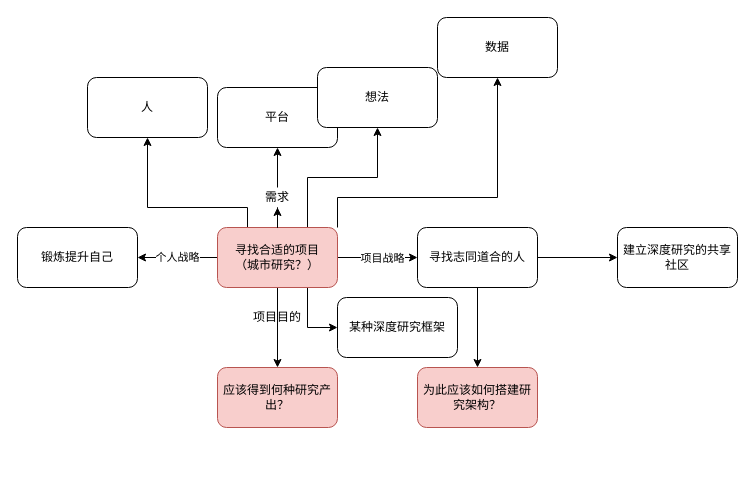
Above: Discussions/mindmap_001.drawio in Code-Omega/curly-guacamole (draw.io), before the change. Source tidied: cells renumbered, new cells numbered last; positions are measured from the earlier drawing's top-left corner, leaving out a move shared by most shapes. Both pictures are drawn from the tidied source at 100%, with x=0, y=0 at pixel (17, 17).
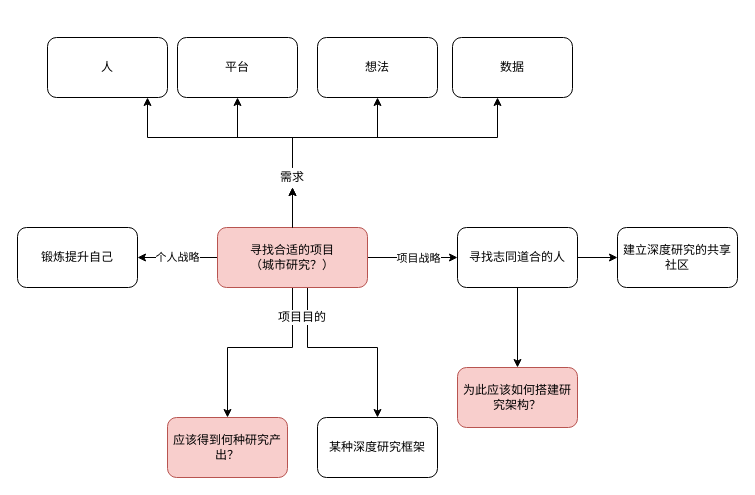
The same page after the edit.

Diff of the diagram source:
```diff
@@
     <mxCell id="4" style="edgeStyle=orthogonalEdgeStyle;rounded=0;jettySize=auto;html=1;" parent="1" edge="1" source="11" target="18">
       <mxGeometry relative="1" as="geometry">
         <Array as="points">
-          <mxPoint x="290" y="310" />
+          <mxPoint x="290" y="330" />
+          <mxPoint x="360" y="330" />
         </Array>
       </mxGeometry>
     </mxCell>
-    <mxCell id="5" style="edgeStyle=orthogonalEdgeStyle;rounded=0;jettySize=auto;html=1;" parent="1" edge="1" source="11" target="17">
+    <mxCell id="5" style="edgeStyle=orthogonalEdgeStyle;rounded=0;jettySize=auto;html=1;exitX=0.5;exitY=0;exitDx=0;exitDy=0;" parent="1" edge="1" source="24" target="17">
       <mxGeometry relative="1" as="geometry">
         <Array as="points">
-          <mxPoint x="230" y="190" />
-          <mxPoint x="130" y="190" />
+          <mxPoint x="275" y="120" />
+          <mxPoint x="130" y="120" />
         </Array>
       </mxGeometry>
     </mxCell>
-    <mxCell id="6" style="edgeStyle=orthogonalEdgeStyle;rounded=0;jettySize=auto;html=1;exitX=0.75;exitY=0;exitDx=0;exitDy=0;" parent="1" edge="1" source="11" target="16">
-      <mxGeometry relative="1" as="geometry" />
+    <mxCell id="6" style="edgeStyle=orthogonalEdgeStyle;rounded=0;jettySize=auto;html=1;exitX=0.5;exitY=0;exitDx=0;exitDy=0;" parent="1" edge="1" source="24" target="16">
+      <mxGeometry relative="1" as="geometry">
+        <Array as="points">
+          <mxPoint x="275" y="120" />
+          <mxPoint x="360" y="120" />
+        </Array>
+      </mxGeometry>
     </mxCell>
-    <mxCell id="7" style="edgeStyle=orthogonalEdgeStyle;rounded=0;jettySize=auto;html=1;exitX=1;exitY=0;exitDx=0;exitDy=0;" parent="1" edge="1" source="11" target="15">
+    <mxCell id="7" style="edgeStyle=orthogonalEdgeStyle;rounded=0;jettySize=auto;html=1;exitX=0.5;exitY=0;exitDx=0;exitDy=0;" parent="1" edge="1" source="24" target="15">
       <mxGeometry relative="1" as="geometry">
         <Array as="points">
-          <mxPoint x="320" y="180" />
-          <mxPoint x="480" y="180" />
+          <mxPoint x="275" y="120" />
+          <mxPoint x="480" y="120" />
         </Array>
       </mxGeometry>
     </mxCell>
     <mxCell id="8" style="edgeStyle=orthogonalEdgeStyle;rounded=0;jettySize=auto;html=1;" parent="1" edge="1" source="24" target="14">
-      <mxGeometry relative="1" as="geometry" />
+      <mxGeometry relative="1" as="geometry">
+        <Array as="points">
+          <mxPoint x="275" y="120" />
+          <mxPoint x="220" y="120" />
+        </Array>
+      </mxGeometry>
     </mxCell>
     <mxCell id="9" style="edgeStyle=orthogonalEdgeStyle;rounded=0;jettySize=auto;html=1;" parent="1" edge="1" source="11" target="13">
-      <mxGeometry relative="1" as="geometry" />
+      <mxGeometry relative="1" as="geometry">
+        <Array as="points">
+          <mxPoint x="275" y="330" />
+          <mxPoint x="210" y="330" />
+        </Array>
+      </mxGeometry>
     </mxCell>
@@
     <mxCell id="11" value="寻找合适的项目&lt;br&gt;（城市研究？）" style="rounded=1;whiteSpace=wrap;html=1;fillColor=#f8cecc;strokeColor=#b85450;" parent="1" vertex="1">
-      <mxGeometry x="200" y="210" width="120" height="60" as="geometry" />
+      <mxGeometry x="200" y="210" width="150" height="60" as="geometry" />
     </mxCell>
@@
     <mxCell id="13" value="应该得到何种研究产出？" style="rounded=1;whiteSpace=wrap;html=1;fillColor=#f8cecc;strokeColor=#b85450;" parent="1" vertex="1">
-      <mxGeometry x="200" y="350" width="120" height="60" as="geometry" />
+      <mxGeometry x="150" y="400" width="120" height="60" as="geometry" />
     </mxCell>
     <mxCell id="14" value="平台" style="rounded=1;whiteSpace=wrap;html=1;" parent="1" vertex="1">
-      <mxGeometry x="200" y="70" width="120" height="60" as="geometry" />
+      <mxGeometry x="160" y="20" width="120" height="60" as="geometry" />
     </mxCell>
     <mxCell id="15" value="数据" style="rounded=1;whiteSpace=wrap;html=1;" parent="1" vertex="1">
-      <mxGeometry x="420" width="120" height="60" as="geometry" />
+      <mxGeometry x="435" y="20" width="120" height="60" as="geometry" />
     </mxCell>
     <mxCell id="16" value="想法" style="rounded=1;whiteSpace=wrap;html=1;" parent="1" vertex="1">
-      <mxGeometry x="300" y="50" width="120" height="60" as="geometry" />
+      <mxGeometry x="300" y="20" width="120" height="60" as="geometry" />
     </mxCell>
     <mxCell id="17" value="人" style="rounded=1;whiteSpace=wrap;html=1;" parent="1" vertex="1">
-      <mxGeometry x="70" y="60" width="120" height="60" as="geometry" />
+      <mxGeometry x="30" y="20" width="120" height="60" as="geometry" />
     </mxCell>
     <mxCell id="18" value="某种深度研究框架" style="rounded=1;whiteSpace=wrap;html=1;" parent="1" vertex="1">
-      <mxGeometry x="320" y="280" width="120" height="60" as="geometry" />
+      <mxGeometry x="300" y="400" width="120" height="60" as="geometry" />
     </mxCell>
@@
     <mxCell id="21" value="寻找志同道合的人" style="rounded=1;whiteSpace=wrap;html=1;" parent="1" vertex="1">
-      <mxGeometry x="400" y="210" width="120" height="60" as="geometry" />
+      <mxGeometry x="440" y="210" width="120" height="60" as="geometry" />
     </mxCell>
     <mxCell id="22" value="为此应该如何搭建研究架构？" style="rounded=1;whiteSpace=wrap;html=1;fillColor=#f8cecc;strokeColor=#b85450;" parent="1" vertex="1">
-      <mxGeometry x="400" y="350" width="120" height="60" as="geometry" />
+      <mxGeometry x="440" y="350" width="120" height="60" as="geometry" />
     </mxCell>
@@
-    <mxCell id="24" value="需求" style="text;html=1;strokeColor=none;fillColor=none;align=center;verticalAlign=middle;whiteSpace=wrap;rounded=0;" parent="1" vertex="1">
-      <mxGeometry x="240" y="170" width="40" height="20" as="geometry" />
-    </mxCell>
@@
-    <mxCell id="26" value="项目目的" style="text;html=1;strokeColor=none;fillColor=none;align=center;verticalAlign=middle;whiteSpace=wrap;rounded=0;" parent="1" vertex="1">
-      <mxGeometry x="220" y="290" width="80" height="20" as="geometry" />
+    <mxCell id="26" value="项目目的" style="text;html=1;align=center;verticalAlign=middle;whiteSpace=wrap;rounded=0;labelBackgroundColor=#ffffff;" parent="1" vertex="1">
+      <mxGeometry x="220" y="290" width="130" height="20" as="geometry" />
     </mxCell>
+    <mxCell id="24" value="需求" style="text;html=1;strokeColor=none;fillColor=none;align=center;verticalAlign=middle;whiteSpace=wrap;rounded=0;" parent="1" vertex="1">
+      <mxGeometry x="255" y="150" width="40" height="20" as="geometry" />
+    </mxCell>
+    <mxCell id="27" style="edgeStyle=orthogonalEdgeStyle;rounded=0;jettySize=auto;html=1;exitX=0.5;exitY=0;exitDx=0;exitDy=0;" parent="1" edge="1" source="11" target="24">
+      <mxGeometry relative="1" as="geometry" />
+    </mxCell>
```
